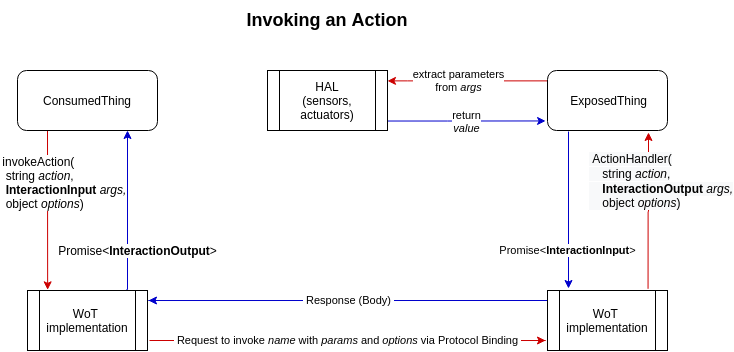
The draw.io diagram images/scripting-action-data.png in w3c/wot-scripting-api, before a commit. Source tidied: cells renumbered, new cells last; positions are measured from the earlier drawing's top-left corner, leaving out a move shared by most shapes.
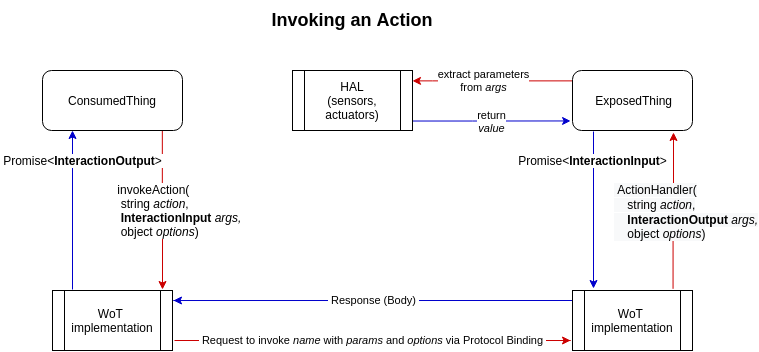
The same file after the commit.

The edit, as a diff of the source:
```diff
@@ -2,13 +2,9 @@
   <root>
     <mxCell id="0" />
     <mxCell id="1" parent="0" />
-    <mxCell id="2" value="&lt;font style=&quot;font-size: 12px&quot;&gt;&amp;nbsp;invokeAction(&lt;br&gt;&amp;nbsp; string &lt;i&gt;action&lt;/i&gt;, &lt;br&gt;&lt;b&gt;&amp;nbsp; InteractionInput&amp;nbsp;&lt;/b&gt;&lt;i&gt;args,&lt;br&gt;&lt;/i&gt;&amp;nbsp; object &lt;i&gt;options&lt;/i&gt;)&lt;/font&gt;" style="edgeStyle=orthogonalEdgeStyle;rounded=0;jettySize=auto;html=1;strokeColor=#CC0000;entryX=0.168;entryY=-0.011;entryDx=0;entryDy=0;align=left;entryPerimeter=0;" parent="1" edge="1" target="6">
-      <mxGeometry x="0.03" y="-59" relative="1" as="geometry">
-        <mxPoint x="30" y="130" as="sourcePoint" />
-        <Array as="points">
-          <mxPoint x="30" y="130" />
-        </Array>
-        <mxPoint x="9" y="-30" as="offset" />
+    <mxCell id="2" value="&lt;font style=&quot;font-size: 12px&quot;&gt;&amp;nbsp;invokeAction(&lt;br&gt;&amp;nbsp; string &lt;i&gt;action&lt;/i&gt;, &lt;br&gt;&lt;b&gt;&amp;nbsp; InteractionInput&amp;nbsp;&lt;/b&gt;&lt;i&gt;args,&lt;br&gt;&lt;/i&gt;&amp;nbsp; object &lt;i&gt;options&lt;/i&gt;)&lt;/font&gt;" style="edgeStyle=orthogonalEdgeStyle;rounded=0;jettySize=auto;html=1;strokeColor=#CC0000;align=left;exitX=0.856;exitY=1.006;exitDx=0;exitDy=0;exitPerimeter=0;" parent="1" edge="1" source="3">
+      <mxGeometry y="-50" relative="1" as="geometry">
+        <mxPoint x="120" y="289" as="targetPoint" />
       </mxGeometry>
     </mxCell>
     <mxCell id="3" value="ConsumedThing" style="rounded=1;whiteSpace=wrap;html=1;" parent="1" vertex="1">
@@ -24,11 +20,13 @@
         </Array>
       </mxGeometry>
     </mxCell>
-    <mxCell id="5" value="&lt;font style=&quot;font-size: 12px&quot;&gt;&amp;nbsp;Promise&amp;lt;&lt;b&gt;InteractionOutput&lt;/b&gt;&amp;gt;&amp;nbsp;&lt;/font&gt;" style="edgeStyle=orthogonalEdgeStyle;rounded=0;jettySize=auto;html=1;exitX=0.825;exitY=-0.017;exitDx=0;exitDy=0;exitPerimeter=0;strokeColor=#0000CC;" parent="1" edge="1" source="6">
-      <mxGeometry x="-0.5" y="-10" relative="1" as="geometry">
-        <mxPoint x="110" y="130" as="targetPoint" />
+    <mxCell id="5" value="&lt;font style=&quot;font-size: 12px&quot;&gt;&amp;nbsp;Promise&amp;lt;&lt;b&gt;InteractionOutput&lt;/b&gt;&amp;gt;&amp;nbsp;&lt;/font&gt;" style="edgeStyle=orthogonalEdgeStyle;rounded=0;orthogonalLoop=1;jettySize=auto;html=1;strokeColor=#0000CC;" parent="1" edge="1">
+      <mxGeometry x="0.63" y="-10" relative="1" as="geometry">
+        <mxPoint x="30" y="289" as="sourcePoint" />
+        <mxPoint x="30" y="130" as="targetPoint" />
         <Array as="points">
-          <mxPoint x="110" y="289" />
+          <mxPoint x="30" y="289" />
+          <mxPoint x="30" y="130" />
         </Array>
       </mxGeometry>
     </mxCell>
@@ -36,8 +34,9 @@
       <mxGeometry x="10" y="290" width="120" height="60" as="geometry" />
     </mxCell>
     <mxCell id="7" value="&lt;span style=&quot;font-size: 12px ; background-color: rgb(248 , 249 , 250)&quot;&gt;&amp;nbsp;ActionHandler(&lt;/span&gt;&lt;br style=&quot;font-size: 12px ; background-color: rgb(248 , 249 , 250)&quot;&gt;&lt;span style=&quot;font-size: 12px ; background-color: rgb(248 , 249 , 250)&quot;&gt;&amp;nbsp; &amp;nbsp; string&amp;nbsp;&lt;/span&gt;&lt;i style=&quot;font-size: 12px ; background-color: rgb(248 , 249 , 250)&quot;&gt;action&lt;/i&gt;&lt;span style=&quot;font-size: 12px ; background-color: rgb(248 , 249 , 250)&quot;&gt;,&lt;/span&gt;&lt;br style=&quot;font-size: 12px ; background-color: rgb(248 , 249 , 250)&quot;&gt;&lt;b style=&quot;font-size: 12px ; background-color: rgb(248 , 249 , 250)&quot;&gt;&amp;nbsp; &amp;nbsp; InteractionOutput&lt;/b&gt;&lt;span style=&quot;font-size: 12px ; background-color: rgb(248 , 249 , 250)&quot;&gt;&amp;nbsp;&lt;/span&gt;&lt;i style=&quot;font-size: 12px ; background-color: rgb(248 , 249 , 250)&quot;&gt;args,&lt;br&gt;&lt;/i&gt;&lt;span style=&quot;font-size: 12px ; background-color: rgb(248 , 249 , 250)&quot;&gt;&amp;nbsp; &amp;nbsp; object&amp;nbsp;&lt;/span&gt;&lt;i style=&quot;font-size: 12px ; background-color: rgb(248 , 249 , 250)&quot;&gt;options&lt;/i&gt;&lt;span style=&quot;font-size: 12px ; background-color: rgb(248 , 249 , 250)&quot;&gt;)&lt;/span&gt;" style="edgeStyle=orthogonalEdgeStyle;rounded=0;jettySize=auto;html=1;exitX=0.838;exitY=-0.028;exitDx=0;exitDy=0;strokeColor=#CC0000;exitPerimeter=0;align=left;" parent="1" edge="1" source="9">
-      <mxGeometry x="0.39" y="61" relative="1" as="geometry">
+      <mxGeometry x="-0.01" y="61" relative="1" as="geometry">
         <mxPoint x="631" y="132" as="targetPoint" />
+        <mxPoint x="-61" y="61" as="offset" />
       </mxGeometry>
     </mxCell>
     <mxCell id="8" value="&amp;nbsp;Response (Body)&amp;nbsp;" style="edgeStyle=orthogonalEdgeStyle;rounded=0;orthogonalLoop=1;jettySize=auto;html=1;strokeColor=#0000CC;" parent="1" edge="1">
@@ -80,9 +79,9 @@
         <mxPoint x="551" y="288" as="targetPoint" />
       </mxGeometry>
     </mxCell>
-    <mxCell id="15" value="Promise&amp;lt;&lt;b&gt;InteractionInput&lt;/b&gt;&amp;gt;" style="edgeLabel;html=1;align=center;verticalAlign=middle;" parent="14" vertex="1">
+    <mxCell id="15" value="&lt;font style=&quot;font-size: 12px&quot;&gt;Promise&amp;lt;&lt;b&gt;InteractionInput&lt;/b&gt;&amp;gt;&lt;/font&gt;" style="edgeLabel;html=1;align=center;verticalAlign=middle;" parent="14" vertex="1">
       <mxGeometry x="-0.7" relative="1" as="geometry">
-        <mxPoint x="-1" y="95.2" as="offset" />
+        <mxPoint x="-1" y="5.5" as="offset" />
       </mxGeometry>
     </mxCell>
     <mxCell id="16" value="&lt;font style=&quot;font-size: 18px&quot;&gt;&lt;b&gt;Invoking an Action&lt;/b&gt;&lt;/font&gt;" style="text;html=1;strokeColor=none;fillColor=none;align=center;verticalAlign=middle;whiteSpace=wrap;rounded=0;" parent="1" vertex="1">
```
